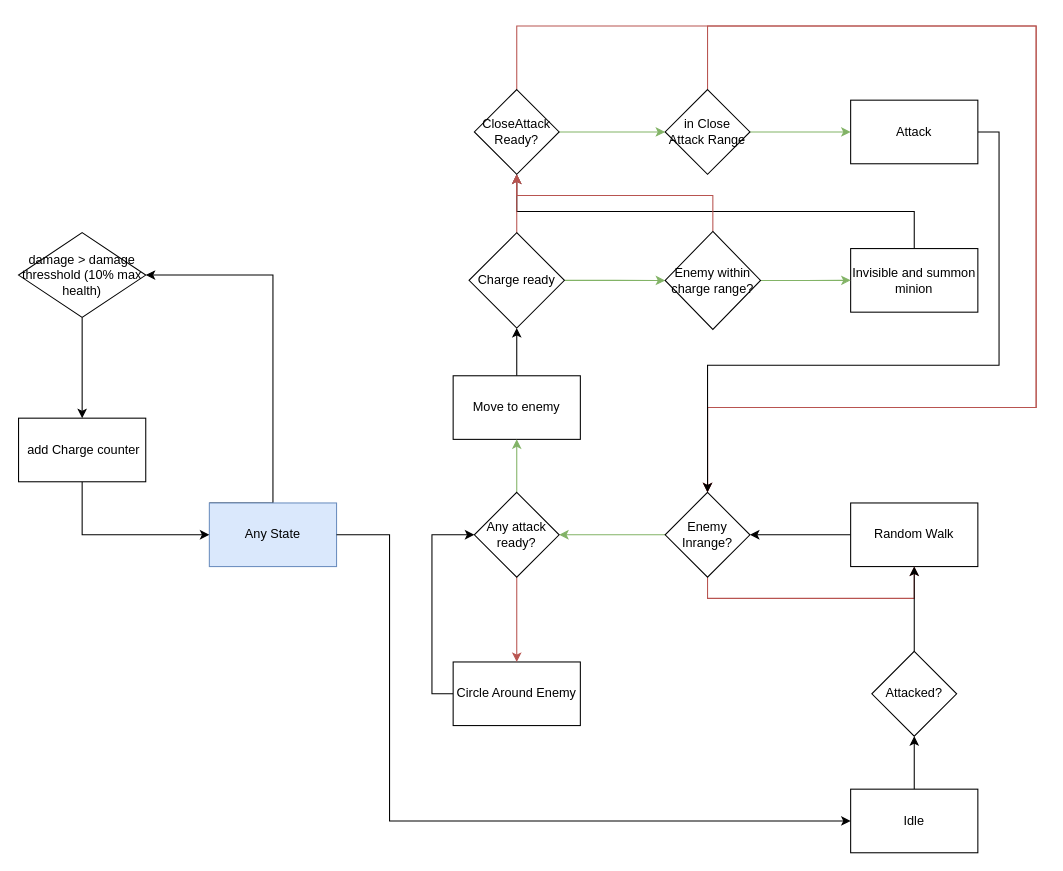
Before: Diagrams/death_giver_state.drawio in MikaelHans/Git_KB_UAS, a draw.io diagram. Source tidied: cells renumbered, new cells numbered last; positions are measured from the earlier drawing's top-left corner, leaving out a move shared by most shapes. Both pictures are drawn from the tidied source at 106%, with x=0, y=0 at pixel (18, 25).
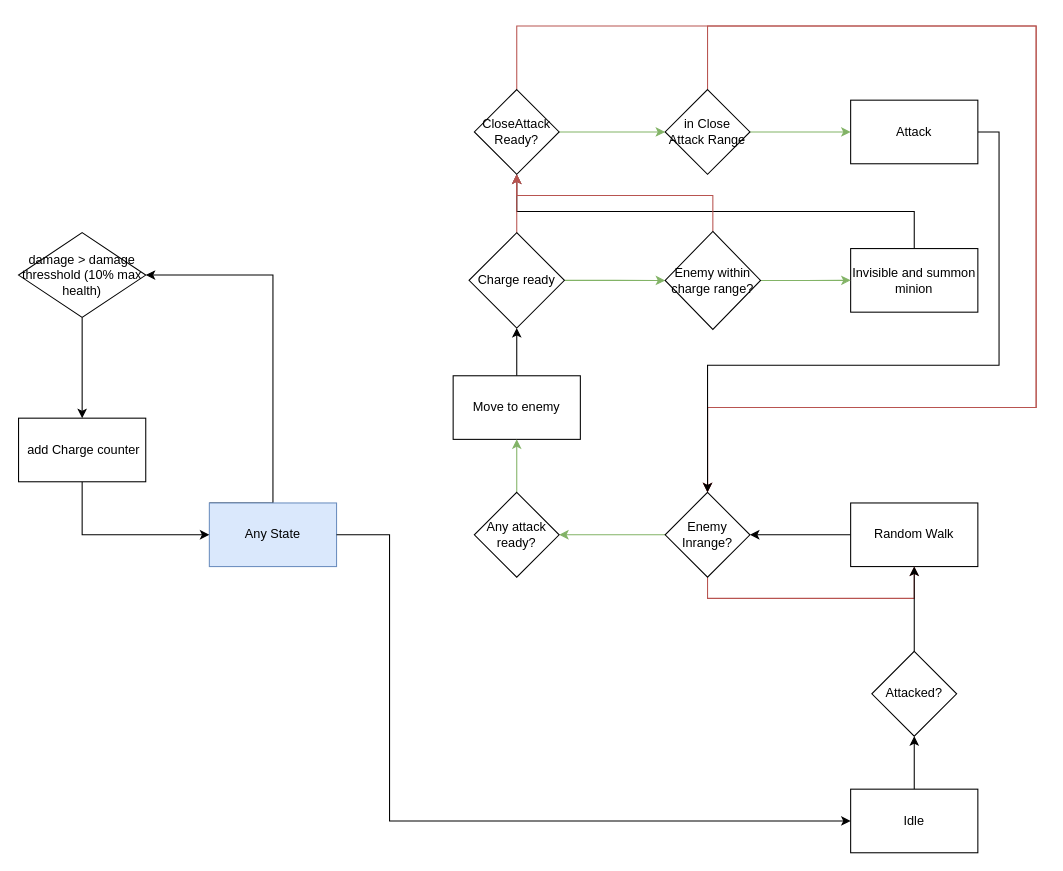
The same page after the edit.

The change refers to these unchanged cells:
```xml
<mxCell id="29" value="Any attack ready?" style="rhombus;whiteSpace=wrap;html=1;" parent="1" vertex="1">
  <mxGeometry x="430" y="440" width="80" height="80" as="geometry" />
</mxCell>
```

Diff of the diagram source:
```diff
@@
-    <mxCell id="25" style="edgeStyle=orthogonalEdgeStyle;rounded=0;jettySize=auto;html=1;exitX=0;exitY=0.5;exitDx=0;exitDy=0;entryX=0;entryY=0.5;entryDx=0;entryDy=0;" parent="1" edge="1" source="26" target="29">
-      <mxGeometry relative="1" as="geometry" />
-    </mxCell>
-    <mxCell id="26" value="Circle Around Enemy" style="rounded=0;whiteSpace=wrap;html=1;" parent="1" vertex="1">
-      <mxGeometry x="410" y="600" width="120" height="60" as="geometry" />
-    </mxCell>
@@
-    <mxCell id="28" style="edgeStyle=orthogonalEdgeStyle;rounded=0;jettySize=auto;html=1;exitX=0.5;exitY=1;exitDx=0;exitDy=0;entryX=0.5;entryY=0;entryDx=0;entryDy=0;fillColor=#f8cecc;strokeColor=#b85450;" parent="1" edge="1" source="29" target="26">
-      <mxGeometry relative="1" as="geometry" />
-    </mxCell>
```
